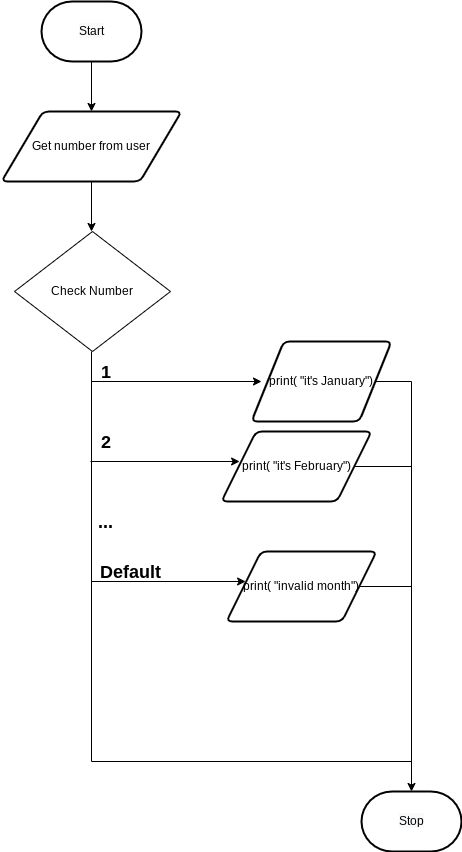
Earlier version of the draw.io export flowchart.png (Huzaifa-Khalid-2/ICS3U-Assignment3-Python). Source tidied: cells renumbered, new cells last; positions are measured from the earlier drawing's top-left corner, leaving out a move shared by most shapes.
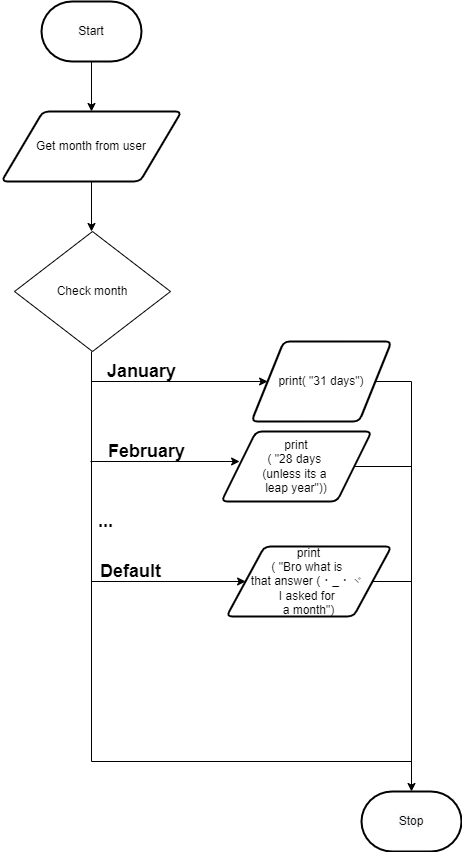
Later version of the same file.

What changed in the source:
```diff
@@ -13,14 +13,14 @@
         <mxPoint x="90" y="230" as="targetPoint" />
       </mxGeometry>
     </mxCell>
-    <mxCell id="5" value="Get number from user" style="shape=parallelogram;html=1;strokeWidth=2;perimeter=parallelogramPerimeter;whiteSpace=wrap;rounded=1;arcSize=12;size=0.23;" parent="1" vertex="1">
+    <mxCell id="5" value="Get month from user" style="shape=parallelogram;html=1;strokeWidth=2;perimeter=parallelogramPerimeter;whiteSpace=wrap;rounded=1;arcSize=12;size=0.23;" parent="1" vertex="1">
       <mxGeometry y="110" width="180" height="70" as="geometry" />
     </mxCell>
-    <mxCell id="6" value="Check Number" style="rhombus;whiteSpace=wrap;html=1;" parent="1" vertex="1">
+    <mxCell id="6" value="Check month" style="rhombus;whiteSpace=wrap;html=1;" parent="1" vertex="1">
       <mxGeometry x="13" y="230" width="156" height="120" as="geometry" />
     </mxCell>
-    <mxCell id="7" value="&lt;font style=&quot;font-size: 18px&quot;&gt;&lt;b&gt;1&lt;/b&gt;&lt;/font&gt;" style="text;html=1;align=center;verticalAlign=middle;strokeColor=none;fillColor=none;" parent="1" vertex="1">
-      <mxGeometry x="89" y="360" width="30" height="20" as="geometry" />
+    <mxCell id="7" value="&lt;font style=&quot;font-size: 18px&quot;&gt;&lt;b&gt;January&lt;/b&gt;&lt;/font&gt;" style="text;html=1;align=center;verticalAlign=middle;strokeColor=none;fillColor=none;" parent="1" vertex="1">
+      <mxGeometry x="100" y="360" width="80" height="20" as="geometry" />
     </mxCell>
     <mxCell id="8" style="edgeStyle=elbowEdgeStyle;html=1;fontSize=18;rounded=0;entryX=0.5;entryY=0;entryDx=0;entryDy=0;entryPerimeter=0;" parent="1" edge="1" source="9" target="20">
       <mxGeometry relative="1" as="geometry">
@@ -34,10 +34,10 @@
         </Array>
       </mxGeometry>
     </mxCell>
-    <mxCell id="9" value="print( &quot;it's&amp;nbsp;January&quot;)" style="shape=parallelogram;html=1;strokeWidth=2;perimeter=parallelogramPerimeter;whiteSpace=wrap;rounded=1;arcSize=12;size=0.23;" parent="1" vertex="1">
+    <mxCell id="9" value="print( &quot;31 days&quot;)" style="shape=parallelogram;html=1;strokeWidth=2;perimeter=parallelogramPerimeter;whiteSpace=wrap;rounded=1;arcSize=12;size=0.23;" parent="1" vertex="1">
       <mxGeometry x="250" y="340" width="140" height="80" as="geometry" />
     </mxCell>
-    <mxCell id="10" value="print( &quot;it's February&quot;)" style="shape=parallelogram;html=1;strokeWidth=2;perimeter=parallelogramPerimeter;whiteSpace=wrap;rounded=1;arcSize=12;size=0.23;" parent="1" vertex="1">
+    <mxCell id="10" value="print&lt;br&gt;( &quot;28 days &lt;br&gt;(unless its a &lt;br&gt;leap year&quot;))" style="shape=parallelogram;html=1;strokeWidth=2;perimeter=parallelogramPerimeter;whiteSpace=wrap;rounded=1;arcSize=12;size=0.23;" parent="1" vertex="1">
       <mxGeometry x="220" y="430" width="150" height="70" as="geometry" />
     </mxCell>
     <mxCell id="11" style="edgeStyle=none;html=1;fontSize=18;entryX=0;entryY=0.5;entryDx=0;entryDy=0;" parent="1" edge="1">
@@ -46,8 +46,8 @@
         <mxPoint x="238.1" y="460" as="targetPoint" />
       </mxGeometry>
     </mxCell>
-    <mxCell id="12" value="&lt;font style=&quot;font-size: 18px&quot;&gt;&lt;b&gt;2&lt;/b&gt;&lt;/font&gt;" style="text;html=1;align=center;verticalAlign=middle;strokeColor=none;fillColor=none;" parent="1" vertex="1">
-      <mxGeometry x="89" y="430" width="30" height="20" as="geometry" />
+    <mxCell id="12" value="&lt;b style=&quot;font-size: 18px&quot;&gt;February&lt;/b&gt;" style="text;html=1;align=center;verticalAlign=middle;strokeColor=none;fillColor=none;" parent="1" vertex="1">
+      <mxGeometry x="100" y="440" width="90" height="20" as="geometry" />
     </mxCell>
     <mxCell id="13" style="endArrow=none;html=1;" parent="1" edge="1" source="10">
       <mxGeometry relative="1" as="geometry">
@@ -57,8 +57,8 @@
     <mxCell id="14" value="&lt;font style=&quot;font-size: 18px&quot;&gt;&lt;b&gt;...&lt;/b&gt;&lt;/font&gt;" style="text;html=1;align=center;verticalAlign=middle;strokeColor=none;fillColor=none;" parent="1" vertex="1">
       <mxGeometry x="89" y="510" width="30" height="20" as="geometry" />
     </mxCell>
-    <mxCell id="15" value="print( &quot;invalid month&quot;)&lt;br&gt;" style="shape=parallelogram;html=1;strokeWidth=2;perimeter=parallelogramPerimeter;whiteSpace=wrap;rounded=1;arcSize=12;size=0.23;" parent="1" vertex="1">
-      <mxGeometry x="225" y="550" width="150" height="70" as="geometry" />
+    <mxCell id="15" value="print&lt;br&gt;( &quot;&lt;font style=&quot;font-size: 12px&quot;&gt;Bro what is &lt;br&gt;that answer (・_・ヾ &lt;br&gt;I asked for &lt;br&gt;a month&lt;/font&gt;&lt;span&gt;&quot;)&lt;/span&gt;" style="shape=parallelogram;html=1;strokeWidth=2;perimeter=parallelogramPerimeter;whiteSpace=wrap;rounded=1;arcSize=12;size=0.23;" parent="1" vertex="1">
+      <mxGeometry x="225" y="545" width="165" height="70" as="geometry" />
     </mxCell>
     <mxCell id="16" style="edgeStyle=none;html=1;fontSize=18;entryX=0;entryY=0.5;entryDx=0;entryDy=0;" parent="1" edge="1">
       <mxGeometry relative="1" as="geometry">
@@ -71,13 +71,12 @@
     </mxCell>
     <mxCell id="18" style="endArrow=none;html=1;" parent="1" edge="1" source="15">
       <mxGeometry relative="1" as="geometry">
-        <mxPoint x="410" y="585" as="targetPoint" />
+        <mxPoint x="410" y="580" as="targetPoint" />
       </mxGeometry>
     </mxCell>
-    <mxCell id="19" style="endArrow=classic;html=1;fontSize=12;" parent="1" edge="1">
+    <mxCell id="19" style="endArrow=classic;html=1;fontSize=12;entryX=0;entryY=0.5;entryDx=0;entryDy=0;" parent="1" edge="1" target="9">
       <mxGeometry relative="1" as="geometry">
         <mxPoint x="90" y="380" as="sourcePoint" />
-        <mxPoint x="260" y="380" as="targetPoint" />
       </mxGeometry>
     </mxCell>
     <mxCell id="20" value="&lt;span style=&quot;color: rgb(0 , 0 , 0) ; font-family: &amp;#34;helvetica&amp;#34; ; font-size: 12px ; font-style: normal ; font-weight: 400 ; letter-spacing: normal ; text-align: center ; text-indent: 0px ; text-transform: none ; word-spacing: 0px ; background-color: rgb(248 , 249 , 250) ; display: inline ; float: none&quot;&gt;Stop&lt;/span&gt;" style="strokeWidth=2;html=1;shape=mxgraph.flowchart.terminator;whiteSpace=wrap;" parent="1" vertex="1">
```
